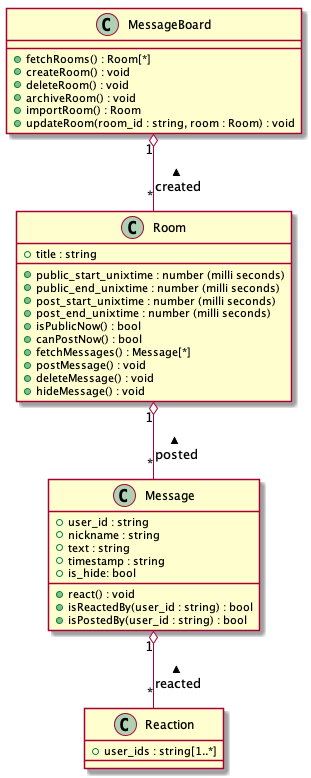
Earlier version of the PlantUML export system-design/class.png (okutan0x7CC/message-board).
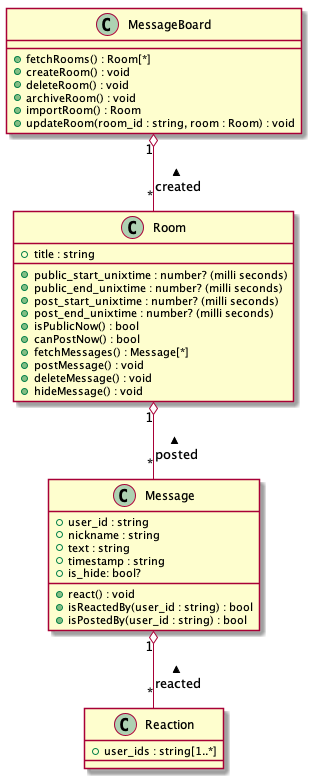
The same file after the commit.

Commit message:
[update] Class 図の更新

What changed in the source:
```diff
@@ -11,10 +11,10 @@
 
 class Room {
     + title : string
-    + public_start_unixtime : number (milli seconds)
-    + public_end_unixtime : number (milli seconds)
-    + post_start_unixtime : number (milli seconds)
-    + post_end_unixtime : number (milli seconds)
+    + public_start_unixtime : number? (milli seconds)
+    + public_end_unixtime : number? (milli seconds)
+    + post_start_unixtime : number? (milli seconds)
+    + post_end_unixtime : number? (milli seconds)
     + isPublicNow() : bool
     + canPostNow() : bool
     + fetchMessages() : Message[*]
@@ -29,7 +29,7 @@
     + nickname : string
     + text : string
     + timestamp : string
-    + is_hide: bool
+    + is_hide: bool?
     + react() : void
     + isReactedBy(user_id : string) : bool
     + isPostedBy(user_id : string) : bool
```
